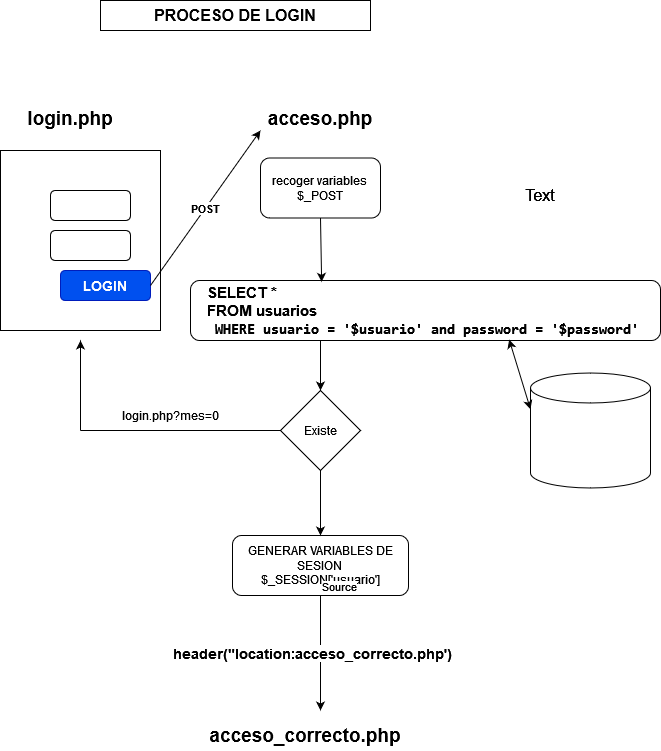
Above: 02-login/images/login.png in albertomozo/PHP-mySQL (draw.io), before the change. Source tidied: cells renumbered, new cells last; positions are measured from the earlier drawing's top-left corner, leaving out a move shared by most shapes. Its diagram source:
```xml
<mxGraphModel>
  <root>
    <mxCell id="0" />
    <mxCell id="1" parent="0" />
    <mxCell id="2" style="rounded=0;whiteSpace=wrap;html=1;" parent="1" vertex="1">
      <mxGeometry y="150" width="160" height="180" as="geometry" />
    </mxCell>
    <mxCell id="3" value="&lt;b&gt;&lt;font style=&quot;font-size: 19px;&quot;&gt;login.php&lt;/font&gt;&lt;/b&gt;&lt;div&gt;&lt;br&gt;&lt;/div&gt;" style="text;html=1;align=center;verticalAlign=middle;whiteSpace=wrap;rounded=0;" parent="1" vertex="1">
      <mxGeometry x="40" y="110" width="60" height="30" as="geometry" />
    </mxCell>
    <mxCell id="4" style="rounded=1;whiteSpace=wrap;html=1;" parent="1" vertex="1">
      <mxGeometry x="50" y="190" width="80" height="30" as="geometry" />
    </mxCell>
    <mxCell id="5" style="rounded=1;whiteSpace=wrap;html=1;" parent="1" vertex="1">
      <mxGeometry x="50" y="230" width="80" height="30" as="geometry" />
    </mxCell>
    <mxCell id="6" value="&lt;font style=&quot;font-size: 14px;&quot;&gt;&lt;b&gt;LOGIN&lt;/b&gt;&lt;/font&gt;" style="rounded=1;whiteSpace=wrap;html=1;fillColor=#0050ef;strokeColor=#001DBC;fontColor=#FFFFFF;" parent="1" vertex="1">
      <mxGeometry x="60" y="270" width="90" height="30" as="geometry" />
    </mxCell>
    <mxCell id="7" value="&lt;b&gt;&lt;font style=&quot;font-size: 19px;&quot;&gt;acceso.php&lt;/font&gt;&lt;/b&gt;&lt;div&gt;&lt;br&gt;&lt;/div&gt;" style="text;html=1;align=center;verticalAlign=middle;whiteSpace=wrap;rounded=0;" parent="1" vertex="1">
      <mxGeometry x="290" y="110" width="60" height="30" as="geometry" />
    </mxCell>
    <mxCell id="8" style="shape=cylinder3;whiteSpace=wrap;html=1;boundedLbl=1;backgroundOutline=1;size=15;" parent="1" vertex="1">
      <mxGeometry x="530" y="372.5" width="120" height="115" as="geometry" />
    </mxCell>
    <mxCell id="9" value="recoger variables&lt;br&gt;$_POST" style="rounded=1;whiteSpace=wrap;html=1;" parent="1" vertex="1">
      <mxGeometry x="260" y="157.5" width="120" height="60" as="geometry" />
    </mxCell>
    <mxCell id="10" style="endArrow=classic;html=1;rounded=0;exitX=1;exitY=0.5;exitDx=0;exitDy=0;" parent="1" edge="1" source="6">
      <mxGeometry relative="1" as="geometry">
        <mxPoint x="260" y="130" as="targetPoint" />
      </mxGeometry>
    </mxCell>
    <mxCell id="11" value="&lt;b&gt;POST&lt;/b&gt;" style="edgeLabel;html=1;align=center;verticalAlign=middle;" parent="10" vertex="1">
      <mxGeometry relative="1" as="geometry" />
    </mxCell>
    <mxCell id="12" value="&lt;div style=&quot;text-align: left; font-size: 15px;&quot;&gt;&lt;span style=&quot;background-color: initial;&quot;&gt;&lt;font style=&quot;font-size: 15px;&quot;&gt;&lt;b&gt;SELECT *&lt;/b&gt;&lt;/font&gt;&lt;/span&gt;&lt;/div&gt;&lt;div style=&quot;text-align: left; font-size: 15px;&quot;&gt;&lt;font style=&quot;font-size: 15px;&quot;&gt;&lt;b&gt;&lt;span style=&quot;background-color: initial;&quot;&gt;FROM usuarios&lt;br&gt;&lt;/span&gt;&lt;span style=&quot;font-family: Consolas, &amp;quot;Courier New&amp;quot;, monospace; white-space: pre;&quot;&gt;&amp;nbsp;&lt;/span&gt;&lt;span style=&quot;font-family: Consolas, &amp;quot;Courier New&amp;quot;, monospace; white-space: pre;&quot;&gt;WHERE&lt;/span&gt;&lt;span style=&quot;font-family: Consolas, &amp;quot;Courier New&amp;quot;, monospace; white-space: pre;&quot;&gt; usuario &lt;/span&gt;&lt;span style=&quot;font-family: Consolas, &amp;quot;Courier New&amp;quot;, monospace; white-space: pre;&quot;&gt;=&lt;/span&gt;&lt;span style=&quot;font-family: Consolas, &amp;quot;Courier New&amp;quot;, monospace; white-space: pre;&quot;&gt; '&lt;/span&gt;&lt;span style=&quot;font-family: Consolas, &amp;quot;Courier New&amp;quot;, monospace; white-space: pre;&quot;&gt;$usuario&lt;/span&gt;&lt;span style=&quot;font-family: Consolas, &amp;quot;Courier New&amp;quot;, monospace; white-space: pre;&quot;&gt;' &lt;/span&gt;&lt;span style=&quot;font-family: Consolas, &amp;quot;Courier New&amp;quot;, monospace; white-space: pre;&quot;&gt;and&lt;/span&gt;&lt;span style=&quot;font-family: Consolas, &amp;quot;Courier New&amp;quot;, monospace; white-space: pre;&quot;&gt; &lt;/span&gt;&lt;span style=&quot;font-family: Consolas, &amp;quot;Courier New&amp;quot;, monospace; white-space: pre;&quot;&gt;password&lt;/span&gt;&lt;span style=&quot;font-family: Consolas, &amp;quot;Courier New&amp;quot;, monospace; white-space: pre;&quot;&gt; &lt;/span&gt;&lt;span style=&quot;font-family: Consolas, &amp;quot;Courier New&amp;quot;, monospace; white-space: pre;&quot;&gt;=&lt;/span&gt;&lt;span style=&quot;font-family: Consolas, &amp;quot;Courier New&amp;quot;, monospace; white-space: pre;&quot;&gt; '&lt;/span&gt;&lt;span style=&quot;font-family: Consolas, &amp;quot;Courier New&amp;quot;, monospace; white-space: pre;&quot;&gt;$password&lt;/span&gt;&lt;span style=&quot;font-family: Consolas, &amp;quot;Courier New&amp;quot;, monospace; white-space: pre;&quot;&gt;'&lt;/span&gt;&lt;span style=&quot;background-color: initial;&quot;&gt;&amp;nbsp;&lt;/span&gt;&lt;/b&gt;&lt;/font&gt;&lt;/div&gt;" style="rounded=1;whiteSpace=wrap;html=1;" parent="1" vertex="1">
      <mxGeometry x="190" y="280" width="470" height="60" as="geometry" />
    </mxCell>
    <mxCell id="13" style="endArrow=classic;html=1;rounded=0;exitX=0.5;exitY=1;exitDx=0;exitDy=0;entryX=0.279;entryY=0.022;entryDx=0;entryDy=0;entryPerimeter=0;" parent="1" edge="1" source="9" target="12">
      <mxGeometry relative="1" as="geometry" />
    </mxCell>
    <mxCell id="14" value="Existe" style="rhombus;whiteSpace=wrap;html=1;" parent="1" vertex="1">
      <mxGeometry x="280" y="390" width="80" height="80" as="geometry" />
    </mxCell>
    <mxCell id="15" style="endArrow=classic;html=1;rounded=0;entryX=0.5;entryY=0;entryDx=0;entryDy=0;" parent="1" edge="1" target="14">
      <mxGeometry relative="1" as="geometry">
        <mxPoint x="320" y="340" as="sourcePoint" />
      </mxGeometry>
    </mxCell>
    <mxCell id="16" value="GENERAR VARIABLES DE SESION&lt;br&gt;$_SESSION['usuario']" style="rounded=1;whiteSpace=wrap;html=1;" parent="1" vertex="1">
      <mxGeometry x="232" y="535" width="176" height="60" as="geometry" />
    </mxCell>
    <mxCell id="17" style="endArrow=classic;html=1;rounded=0;exitX=0.5;exitY=1;exitDx=0;exitDy=0;" parent="1" edge="1" source="14" target="16">
      <mxGeometry relative="1" as="geometry" />
    </mxCell>
    <mxCell id="18" style="endArrow=classic;html=1;rounded=0;exitX=0.5;exitY=1;exitDx=0;exitDy=0;" parent="1" edge="1" source="16">
      <mxGeometry relative="1" as="geometry">
        <mxPoint x="320" y="710" as="targetPoint" />
      </mxGeometry>
    </mxCell>
    <mxCell id="19" value="Label" style="edgeLabel;html=1;align=center;verticalAlign=middle;" parent="18" vertex="1">
      <mxGeometry relative="1" as="geometry" />
    </mxCell>
    <mxCell id="20" value="Source" style="edgeLabel;html=1;align=left;verticalAlign=bottom;" parent="18" vertex="1">
      <mxGeometry x="-1" relative="1" as="geometry" />
    </mxCell>
    <mxCell id="21" value="&lt;b&gt;&lt;font style=&quot;font-size: 14px;&quot;&gt;header(&quot;location:acceso_correcto.php')&lt;/font&gt;&lt;/b&gt;" style="edgeLabel;html=1;align=center;verticalAlign=middle;" parent="18" vertex="1">
      <mxGeometry x="-0.01" y="-9" relative="1" as="geometry" />
    </mxCell>
    <mxCell id="22" value="&lt;div&gt;&lt;font style=&quot;font-size: 19px;&quot;&gt;&lt;b&gt;acceso_correcto.php&lt;/b&gt;&lt;/font&gt;&lt;/div&gt;" style="text;html=1;align=center;verticalAlign=middle;whiteSpace=wrap;rounded=0;" parent="1" vertex="1">
      <mxGeometry x="150" y="720" width="310" height="30" as="geometry" />
    </mxCell>
    <mxCell id="23" style="endArrow=classic;startArrow=classic;html=1;rounded=0;entryX=0.678;entryY=0.985;entryDx=0;entryDy=0;entryPerimeter=0;exitX=0;exitY=0;exitDx=0;exitDy=36.25;exitPerimeter=0;" parent="1" edge="1" source="8" target="12">
      <mxGeometry relative="1" as="geometry" />
    </mxCell>
    <mxCell id="24" style="endArrow=none;html=1;rounded=0;entryX=0;entryY=0.5;entryDx=0;entryDy=0;" parent="1" edge="1" target="14">
      <mxGeometry relative="1" as="geometry">
        <mxPoint x="80" y="430" as="sourcePoint" />
      </mxGeometry>
    </mxCell>
    <mxCell id="25" style="endArrow=classic;html=1;rounded=0;" parent="1" edge="1">
      <mxGeometry relative="1" as="geometry">
        <mxPoint x="80" y="430" as="sourcePoint" />
        <mxPoint x="80" y="340" as="targetPoint" />
      </mxGeometry>
    </mxCell>
    <mxCell id="26" value="login.php?mes=0" style="text;html=1;align=center;verticalAlign=middle;whiteSpace=wrap;rounded=0;" parent="1" vertex="1">
      <mxGeometry x="120" y="400" width="100" height="30" as="geometry" />
    </mxCell>
    <mxCell id="27" value="Text" style="text;html=1;align=center;verticalAlign=middle;whiteSpace=wrap;rounded=0;fontSize=16;" parent="1" vertex="1">
      <mxGeometry x="510" y="180" width="60" height="30" as="geometry" />
    </mxCell>
    <mxCell id="28" value="Text" style="text;html=1;align=center;verticalAlign=middle;whiteSpace=wrap;rounded=0;fontSize=16;" parent="1" vertex="1">
      <mxGeometry x="510" y="180" width="60" height="30" as="geometry" />
    </mxCell>
    <mxCell id="29" value="Text" style="text;html=1;align=center;verticalAlign=middle;whiteSpace=wrap;rounded=0;fontSize=16;" parent="1" vertex="1">
      <mxGeometry x="510" y="180" width="60" height="30" as="geometry" />
    </mxCell>
    <mxCell id="30" value="&lt;b&gt;PROCESO DE LOGIN&lt;/b&gt;" style="text;html=1;align=center;verticalAlign=middle;whiteSpace=wrap;rounded=0;fontSize=16;fillColor=default;strokeColor=default;" parent="1" vertex="1">
      <mxGeometry x="100" width="270" height="30" as="geometry" />
    </mxCell>
  </root>
</mxGraphModel>
```
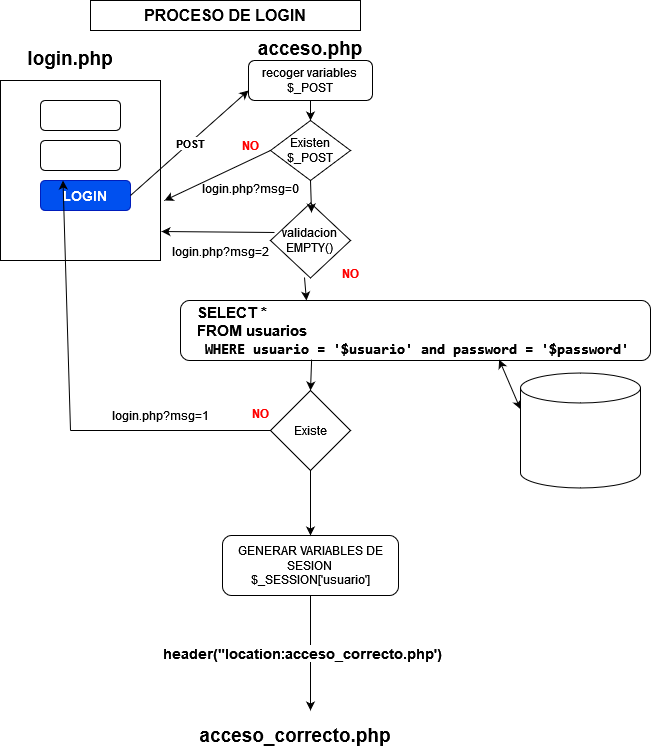
After the change.

Commit message:
nueva imagen login

What changed in the source:
```diff
@@ -3,50 +3,43 @@
     <mxCell id="0" />
     <mxCell id="1" parent="0" />
     <mxCell id="2" style="rounded=0;whiteSpace=wrap;html=1;" parent="1" vertex="1">
-      <mxGeometry y="150" width="160" height="180" as="geometry" />
+      <mxGeometry x="10" y="80" width="160" height="180" as="geometry" />
     </mxCell>
     <mxCell id="3" value="&lt;b&gt;&lt;font style=&quot;font-size: 19px;&quot;&gt;login.php&lt;/font&gt;&lt;/b&gt;&lt;div&gt;&lt;br&gt;&lt;/div&gt;" style="text;html=1;align=center;verticalAlign=middle;whiteSpace=wrap;rounded=0;" parent="1" vertex="1">
-      <mxGeometry x="40" y="110" width="60" height="30" as="geometry" />
+      <mxGeometry x="50" y="50" width="60" height="30" as="geometry" />
     </mxCell>
     <mxCell id="4" style="rounded=1;whiteSpace=wrap;html=1;" parent="1" vertex="1">
-      <mxGeometry x="50" y="190" width="80" height="30" as="geometry" />
+      <mxGeometry x="50" y="100" width="80" height="30" as="geometry" />
     </mxCell>
     <mxCell id="5" style="rounded=1;whiteSpace=wrap;html=1;" parent="1" vertex="1">
-      <mxGeometry x="50" y="230" width="80" height="30" as="geometry" />
+      <mxGeometry x="50" y="140" width="80" height="30" as="geometry" />
     </mxCell>
     <mxCell id="6" value="&lt;font style=&quot;font-size: 14px;&quot;&gt;&lt;b&gt;LOGIN&lt;/b&gt;&lt;/font&gt;" style="rounded=1;whiteSpace=wrap;html=1;fillColor=#0050ef;strokeColor=#001DBC;fontColor=#FFFFFF;" parent="1" vertex="1">
-      <mxGeometry x="60" y="270" width="90" height="30" as="geometry" />
+      <mxGeometry x="50" y="180" width="90" height="30" as="geometry" />
     </mxCell>
     <mxCell id="7" value="&lt;b&gt;&lt;font style=&quot;font-size: 19px;&quot;&gt;acceso.php&lt;/font&gt;&lt;/b&gt;&lt;div&gt;&lt;br&gt;&lt;/div&gt;" style="text;html=1;align=center;verticalAlign=middle;whiteSpace=wrap;rounded=0;" parent="1" vertex="1">
-      <mxGeometry x="290" y="110" width="60" height="30" as="geometry" />
+      <mxGeometry x="290" y="40" width="60" height="30" as="geometry" />
     </mxCell>
     <mxCell id="8" style="shape=cylinder3;whiteSpace=wrap;html=1;boundedLbl=1;backgroundOutline=1;size=15;" parent="1" vertex="1">
       <mxGeometry x="530" y="372.5" width="120" height="115" as="geometry" />
     </mxCell>
     <mxCell id="9" value="recoger variables&lt;br&gt;$_POST" style="rounded=1;whiteSpace=wrap;html=1;" parent="1" vertex="1">
-      <mxGeometry x="260" y="157.5" width="120" height="60" as="geometry" />
+      <mxGeometry x="258" y="60" width="124" height="40" as="geometry" />
     </mxCell>
-    <mxCell id="10" style="endArrow=classic;html=1;rounded=0;exitX=1;exitY=0.5;exitDx=0;exitDy=0;" parent="1" edge="1" source="6">
-      <mxGeometry relative="1" as="geometry">
-        <mxPoint x="260" y="130" as="targetPoint" />
-      </mxGeometry>
+    <mxCell id="10" style="endArrow=classic;html=1;rounded=0;exitX=1;exitY=0.5;exitDx=0;exitDy=0;entryX=0;entryY=0.75;entryDx=0;entryDy=0;" parent="1" edge="1" source="6" target="9">
+      <mxGeometry relative="1" as="geometry" />
     </mxCell>
     <mxCell id="11" value="&lt;b&gt;POST&lt;/b&gt;" style="edgeLabel;html=1;align=center;verticalAlign=middle;" parent="10" vertex="1">
       <mxGeometry relative="1" as="geometry" />
     </mxCell>
     <mxCell id="12" value="&lt;div style=&quot;text-align: left; font-size: 15px;&quot;&gt;&lt;span style=&quot;background-color: initial;&quot;&gt;&lt;font style=&quot;font-size: 15px;&quot;&gt;&lt;b&gt;SELECT *&lt;/b&gt;&lt;/font&gt;&lt;/span&gt;&lt;/div&gt;&lt;div style=&quot;text-align: left; font-size: 15px;&quot;&gt;&lt;font style=&quot;font-size: 15px;&quot;&gt;&lt;b&gt;&lt;span style=&quot;background-color: initial;&quot;&gt;FROM usuarios&lt;br&gt;&lt;/span&gt;&lt;span style=&quot;font-family: Consolas, &amp;quot;Courier New&amp;quot;, monospace; white-space: pre;&quot;&gt;&amp;nbsp;&lt;/span&gt;&lt;span style=&quot;font-family: Consolas, &amp;quot;Courier New&amp;quot;, monospace; white-space: pre;&quot;&gt;WHERE&lt;/span&gt;&lt;span style=&quot;font-family: Consolas, &amp;quot;Courier New&amp;quot;, monospace; white-space: pre;&quot;&gt; usuario &lt;/span&gt;&lt;span style=&quot;font-family: Consolas, &amp;quot;Courier New&amp;quot;, monospace; white-space: pre;&quot;&gt;=&lt;/span&gt;&lt;span style=&quot;font-family: Consolas, &amp;quot;Courier New&amp;quot;, monospace; white-space: pre;&quot;&gt; '&lt;/span&gt;&lt;span style=&quot;font-family: Consolas, &amp;quot;Courier New&amp;quot;, monospace; white-space: pre;&quot;&gt;$usuario&lt;/span&gt;&lt;span style=&quot;font-family: Consolas, &amp;quot;Courier New&amp;quot;, monospace; white-space: pre;&quot;&gt;' &lt;/span&gt;&lt;span style=&quot;font-family: Consolas, &amp;quot;Courier New&amp;quot;, monospace; white-space: pre;&quot;&gt;and&lt;/span&gt;&lt;span style=&quot;font-family: Consolas, &amp;quot;Courier New&amp;quot;, monospace; white-space: pre;&quot;&gt; &lt;/span&gt;&lt;span style=&quot;font-family: Consolas, &amp;quot;Courier New&amp;quot;, monospace; white-space: pre;&quot;&gt;password&lt;/span&gt;&lt;span style=&quot;font-family: Consolas, &amp;quot;Courier New&amp;quot;, monospace; white-space: pre;&quot;&gt; &lt;/span&gt;&lt;span style=&quot;font-family: Consolas, &amp;quot;Courier New&amp;quot;, monospace; white-space: pre;&quot;&gt;=&lt;/span&gt;&lt;span style=&quot;font-family: Consolas, &amp;quot;Courier New&amp;quot;, monospace; white-space: pre;&quot;&gt; '&lt;/span&gt;&lt;span style=&quot;font-family: Consolas, &amp;quot;Courier New&amp;quot;, monospace; white-space: pre;&quot;&gt;$password&lt;/span&gt;&lt;span style=&quot;font-family: Consolas, &amp;quot;Courier New&amp;quot;, monospace; white-space: pre;&quot;&gt;'&lt;/span&gt;&lt;span style=&quot;background-color: initial;&quot;&gt;&amp;nbsp;&lt;/span&gt;&lt;/b&gt;&lt;/font&gt;&lt;/div&gt;" style="rounded=1;whiteSpace=wrap;html=1;" parent="1" vertex="1">
-      <mxGeometry x="190" y="280" width="470" height="60" as="geometry" />
+      <mxGeometry x="190" y="300" width="470" height="60" as="geometry" />
     </mxCell>
-    <mxCell id="13" style="endArrow=classic;html=1;rounded=0;exitX=0.5;exitY=1;exitDx=0;exitDy=0;entryX=0.279;entryY=0.022;entryDx=0;entryDy=0;entryPerimeter=0;" parent="1" edge="1" source="9" target="12">
-      <mxGeometry relative="1" as="geometry" />
-    </mxCell>
     <mxCell id="14" value="Existe" style="rhombus;whiteSpace=wrap;html=1;" parent="1" vertex="1">
       <mxGeometry x="280" y="390" width="80" height="80" as="geometry" />
     </mxCell>
-    <mxCell id="15" style="endArrow=classic;html=1;rounded=0;entryX=0.5;entryY=0;entryDx=0;entryDy=0;" parent="1" edge="1" target="14">
-      <mxGeometry relative="1" as="geometry">
-        <mxPoint x="320" y="340" as="sourcePoint" />
-      </mxGeometry>
+    <mxCell id="15" style="endArrow=classic;html=1;rounded=0;entryX=0.5;entryY=0;entryDx=0;entryDy=0;exitX=0.279;exitY=0.983;exitDx=0;exitDy=0;exitPerimeter=0;" parent="1" edge="1" source="12" target="14">
+      <mxGeometry relative="1" as="geometry" />
     </mxCell>
     <mxCell id="16" value="GENERAR VARIABLES DE SESION&lt;br&gt;$_SESSION['usuario']" style="rounded=1;whiteSpace=wrap;html=1;" parent="1" vertex="1">
       <mxGeometry x="232" y="535" width="176" height="60" as="geometry" />
@@ -62,9 +55,6 @@
     <mxCell id="19" value="Label" style="edgeLabel;html=1;align=center;verticalAlign=middle;" parent="18" vertex="1">
       <mxGeometry relative="1" as="geometry" />
     </mxCell>
-    <mxCell id="20" value="Source" style="edgeLabel;html=1;align=left;verticalAlign=bottom;" parent="18" vertex="1">
-      <mxGeometry x="-1" relative="1" as="geometry" />
-    </mxCell>
     <mxCell id="21" value="&lt;b&gt;&lt;font style=&quot;font-size: 14px;&quot;&gt;header(&quot;location:acceso_correcto.php')&lt;/font&gt;&lt;/b&gt;" style="edgeLabel;html=1;align=center;verticalAlign=middle;" parent="18" vertex="1">
       <mxGeometry x="-0.01" y="-9" relative="1" as="geometry" />
     </mxCell>
@@ -79,26 +69,56 @@
         <mxPoint x="80" y="430" as="sourcePoint" />
       </mxGeometry>
     </mxCell>
-    <mxCell id="25" style="endArrow=classic;html=1;rounded=0;" parent="1" edge="1">
+    <mxCell id="25" style="endArrow=classic;html=1;rounded=0;entryX=0.25;entryY=0;entryDx=0;entryDy=0;" parent="1" edge="1" target="6">
       <mxGeometry relative="1" as="geometry">
         <mxPoint x="80" y="430" as="sourcePoint" />
-        <mxPoint x="80" y="340" as="targetPoint" />
       </mxGeometry>
     </mxCell>
-    <mxCell id="26" value="login.php?mes=0" style="text;html=1;align=center;verticalAlign=middle;whiteSpace=wrap;rounded=0;" parent="1" vertex="1">
+    <mxCell id="26" value="login.php?msg=1" style="text;html=1;align=center;verticalAlign=middle;whiteSpace=wrap;rounded=0;" parent="1" vertex="1">
       <mxGeometry x="120" y="400" width="100" height="30" as="geometry" />
     </mxCell>
-    <mxCell id="27" value="Text" style="text;html=1;align=center;verticalAlign=middle;whiteSpace=wrap;rounded=0;fontSize=16;" parent="1" vertex="1">
-      <mxGeometry x="510" y="180" width="60" height="30" as="geometry" />
-    </mxCell>
-    <mxCell id="28" value="Text" style="text;html=1;align=center;verticalAlign=middle;whiteSpace=wrap;rounded=0;fontSize=16;" parent="1" vertex="1">
-      <mxGeometry x="510" y="180" width="60" height="30" as="geometry" />
-    </mxCell>
-    <mxCell id="29" value="Text" style="text;html=1;align=center;verticalAlign=middle;whiteSpace=wrap;rounded=0;fontSize=16;" parent="1" vertex="1">
-      <mxGeometry x="510" y="180" width="60" height="30" as="geometry" />
-    </mxCell>
     <mxCell id="30" value="&lt;b&gt;PROCESO DE LOGIN&lt;/b&gt;" style="text;html=1;align=center;verticalAlign=middle;whiteSpace=wrap;rounded=0;fontSize=16;fillColor=default;strokeColor=default;" parent="1" vertex="1">
       <mxGeometry x="100" width="270" height="30" as="geometry" />
     </mxCell>
+    <mxCell id="31" value="validacion&lt;br&gt;EMPTY()" style="rhombus;whiteSpace=wrap;html=1;" parent="1" vertex="1">
+      <mxGeometry x="280" y="202.5" width="80" height="75" as="geometry" />
+    </mxCell>
+    <mxCell id="32" value="Existen $_POST" style="rhombus;whiteSpace=wrap;html=1;" parent="1" vertex="1">
+      <mxGeometry x="280" y="120" width="80" height="60" as="geometry" />
+    </mxCell>
+    <mxCell id="33" style="endArrow=classic;html=1;rounded=0;exitX=0;exitY=0.5;exitDx=0;exitDy=0;" parent="1" edge="1" source="32">
+      <mxGeometry relative="1" as="geometry">
+        <mxPoint x="174" y="200" as="targetPoint" />
+      </mxGeometry>
+    </mxCell>
+    <mxCell id="34" style="endArrow=classic;html=1;rounded=0;exitX=0.5;exitY=1;exitDx=0;exitDy=0;entryX=0.513;entryY=0.127;entryDx=0;entryDy=0;entryPerimeter=0;" parent="1" edge="1" source="32" target="31">
+      <mxGeometry relative="1" as="geometry" />
+    </mxCell>
+    <mxCell id="35" style="endArrow=classic;html=1;rounded=0;exitX=0.05;exitY=0.393;exitDx=0;exitDy=0;exitPerimeter=0;entryX=1.006;entryY=0.839;entryDx=0;entryDy=0;entryPerimeter=0;" parent="1" edge="1" source="31" target="2">
+      <mxGeometry relative="1" as="geometry" />
+    </mxCell>
+    <mxCell id="36" style="endArrow=classic;html=1;rounded=0;exitX=0.425;exitY=0.993;exitDx=0;exitDy=0;exitPerimeter=0;entryX=0.268;entryY=0;entryDx=0;entryDy=0;entryPerimeter=0;" parent="1" edge="1" source="31" target="12">
+      <mxGeometry relative="1" as="geometry" />
+    </mxCell>
+    <mxCell id="37" style="endArrow=classic;html=1;rounded=0;exitX=0.5;exitY=1;exitDx=0;exitDy=0;" parent="1" edge="1" source="9">
+      <mxGeometry relative="1" as="geometry">
+        <mxPoint x="320" y="120" as="targetPoint" />
+      </mxGeometry>
+    </mxCell>
+    <mxCell id="38" value="login.php?msg=0" style="text;whiteSpace=wrap;html=1;" parent="1" vertex="1">
+      <mxGeometry x="210" y="175" width="130" height="40" as="geometry" />
+    </mxCell>
+    <mxCell id="39" value="login.php?msg=2" style="text;whiteSpace=wrap;html=1;" parent="1" vertex="1">
+      <mxGeometry x="180" y="237.5" width="130" height="40" as="geometry" />
+    </mxCell>
+    <mxCell id="40" value="&lt;b&gt;&lt;font color=&quot;#ff0000&quot;&gt;NO&lt;/font&gt;&lt;/b&gt;" style="text;html=1;align=center;verticalAlign=middle;whiteSpace=wrap;rounded=0;" parent="1" vertex="1">
+      <mxGeometry x="230" y="130" width="60" height="30" as="geometry" />
+    </mxCell>
+    <mxCell id="41" value="&lt;b&gt;&lt;font color=&quot;#ff0000&quot;&gt;NO&lt;/font&gt;&lt;/b&gt;" style="text;whiteSpace=wrap;html=1;" parent="1" vertex="1">
+      <mxGeometry x="350" y="260" width="50" height="40" as="geometry" />
+    </mxCell>
+    <mxCell id="42" value="&lt;b&gt;&lt;font color=&quot;#ff0000&quot;&gt;NO&lt;/font&gt;&lt;/b&gt;" style="text;whiteSpace=wrap;html=1;" parent="1" vertex="1">
+      <mxGeometry x="260" y="400" width="50" height="40" as="geometry" />
+    </mxCell>
   </root>
 </mxGraphModel>
```
